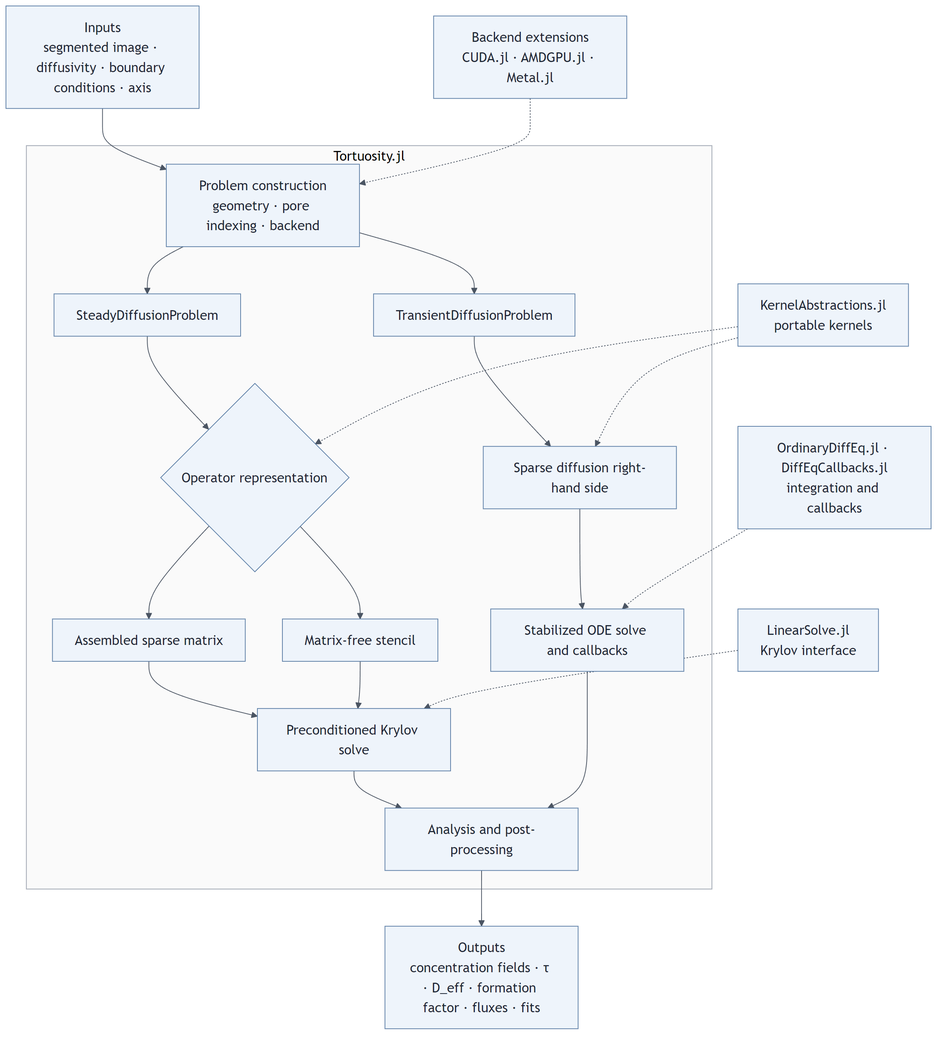
This is paper/software_architecture.png from ma-sadeghi/Tortuosity.jl, a Mermaid export, as it was before one commit. Its source is kept beside it as paper/software_architecture.mmd.
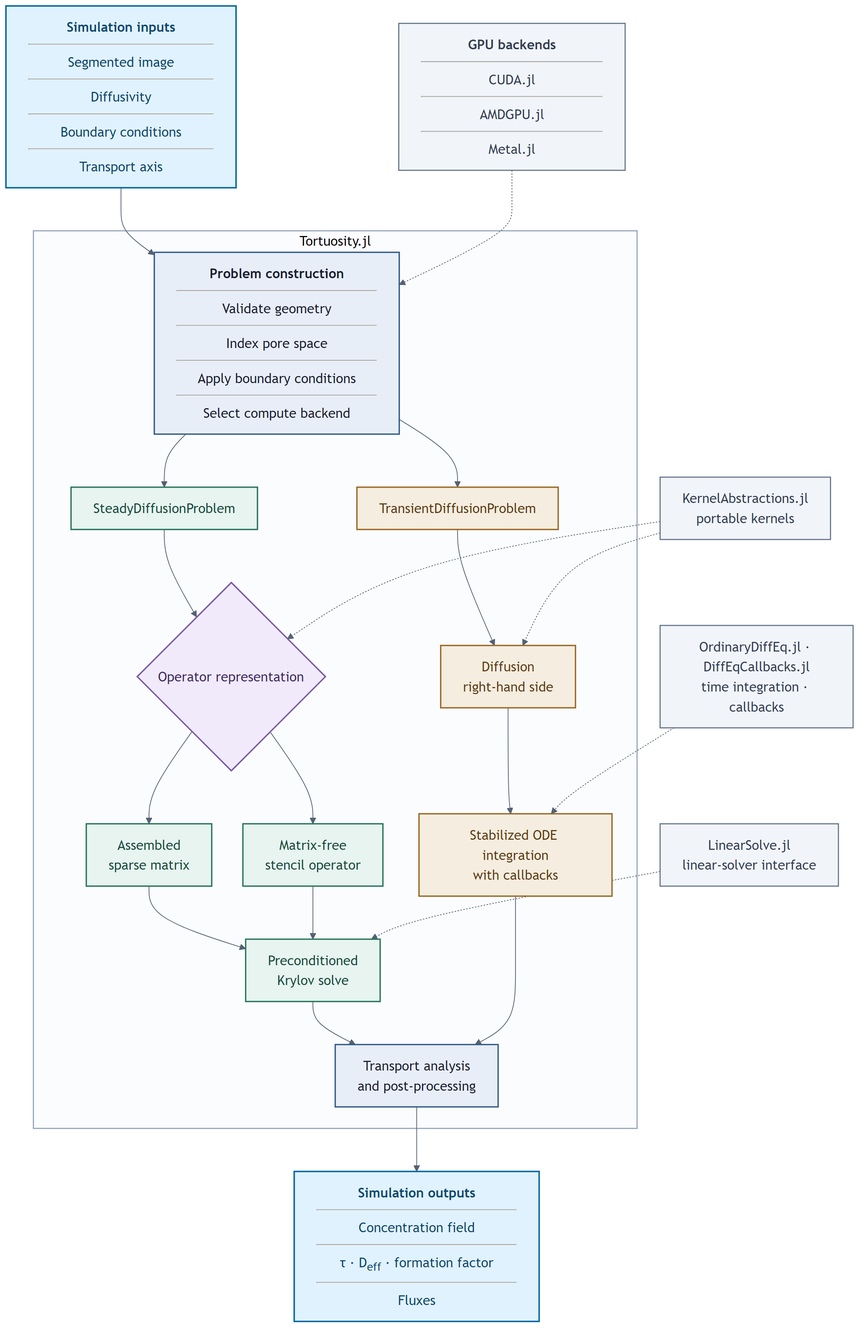
After the commit.

The edit, as a diff of the source:
```diff
@@ -1,26 +1,41 @@
-%%{init: {"theme":"base","themeVariables":{"primaryColor":"#eef4fb","primaryTextColor":"#1f2937","primaryBorderColor":"#5b7da5","lineColor":"#4b5563","secondaryColor":"#f4f5f7","tertiaryColor":"#ffffff","clusterBkg":"#fafafa","clusterBorder":"#9ca3af","fontSize":"18px"}}}%%
+%%{init: {"theme":"base","flowchart":{"curve":"basis","nodeSpacing":42,"rankSpacing":58},"themeVariables":{"primaryTextColor":"#172033","lineColor":"#536273","clusterBkg":"#f8fafc","clusterBorder":"#94a3b8","fontSize":"18px"}}}%%
 flowchart TB
-    inputs["Inputs<br/>segmented image · diffusivity · boundary conditions · axis"] --> build
+    inputs["<div style='width:250px'><b>Simulation inputs</b><hr/>Segmented image<hr/>Diffusivity<hr/>Boundary conditions<hr/>Transport axis</div>"] --> build
 
     subgraph package["Tortuosity.jl"]
         direction TB
-        build["Problem construction<br/>geometry · pore indexing · backend"]
+        build["<div style='width:270px'><b>Problem construction</b><hr/>Validate geometry<hr/>Index pore space<hr/>Apply boundary conditions<hr/>Select compute backend</div>"]
         build --> steady["SteadyDiffusionProblem"]
         build --> transient["TransientDiffusionProblem"]
         steady --> operator{"Operator representation"}
-        operator --> assembled["Assembled sparse matrix"]
-        operator --> matrixfree["Matrix-free stencil"]
-        assembled --> linear["Preconditioned Krylov solve"]
+        operator --> assembled["Assembled<br/>sparse matrix"]
+        operator --> matrixfree["Matrix-free<br/>stencil operator"]
+        assembled --> linear["Preconditioned<br/>Krylov solve"]
         matrixfree --> linear
-        transient --> rhs["Sparse diffusion right-hand side"]
-        rhs --> ode["Stabilized ODE solve and callbacks"]
-        linear --> analysis["Analysis and post-processing"]
+        transient --> rhs["Diffusion<br/>right-hand side"]
+        rhs --> ode["Stabilized ODE integration<br/>with callbacks"]
+        linear --> analysis["Transport analysis<br/>and post-processing"]
         ode --> analysis
     end
 
-    analysis --> outputs["Outputs<br/>concentration fields · τ · D_eff · formation factor · fluxes · fits"]
-    gpu["Backend extensions<br/>CUDA.jl · AMDGPU.jl · Metal.jl"] -.-> build
+    analysis --> outputs["<div style='width:270px'><b>Simulation outputs</b><hr/>Concentration field<hr/>τ · D<sub>eff</sub> · formation factor<hr/>Fluxes</div>"]
+    gpu["<div style='width:245px'><b>GPU backends</b><hr/>CUDA.jl<hr/>AMDGPU.jl<hr/>Metal.jl</div>"] -.-> build
     ka["KernelAbstractions.jl<br/>portable kernels"] -.-> operator
     ka -.-> rhs
-    ls["LinearSolve.jl<br/>Krylov interface"] -.-> linear
-    od["OrdinaryDiffEq.jl · DiffEqCallbacks.jl<br/>integration and callbacks"] -.-> ode
+    ls["LinearSolve.jl<br/>linear-solver interface"] -.-> linear
+    od["OrdinaryDiffEq.jl · DiffEqCallbacks.jl<br/>time integration · callbacks"] -.-> ode
+
+    classDef io fill:#e0f2fe,stroke:#0369a1,stroke-width:2px,color:#0c4a6e
+    classDef core fill:#e8eef8,stroke:#315b8a,stroke-width:1.8px,color:#172033
+    classDef steadyPath fill:#e7f4ef,stroke:#28765b,stroke-width:1.8px,color:#164e3d
+    classDef transientPath fill:#f5eddf,stroke:#9a6724,stroke-width:1.8px,color:#5f3d12
+    classDef decision fill:#f0eafa,stroke:#7655a6,stroke-width:1.8px,color:#3f2b63
+    classDef dependency fill:#f1f5f9,stroke:#64748b,stroke-width:1.5px,color:#334155
+
+    class inputs,outputs io
+    class build,analysis core
+    class steady,assembled,matrixfree,linear steadyPath
+    class transient,rhs,ode transientPath
+    class operator decision
+    class gpu,ka,ls,od dependency
+    style package fill:#fbfcfe,stroke:#94a3b8,stroke-width:1.5px
```
